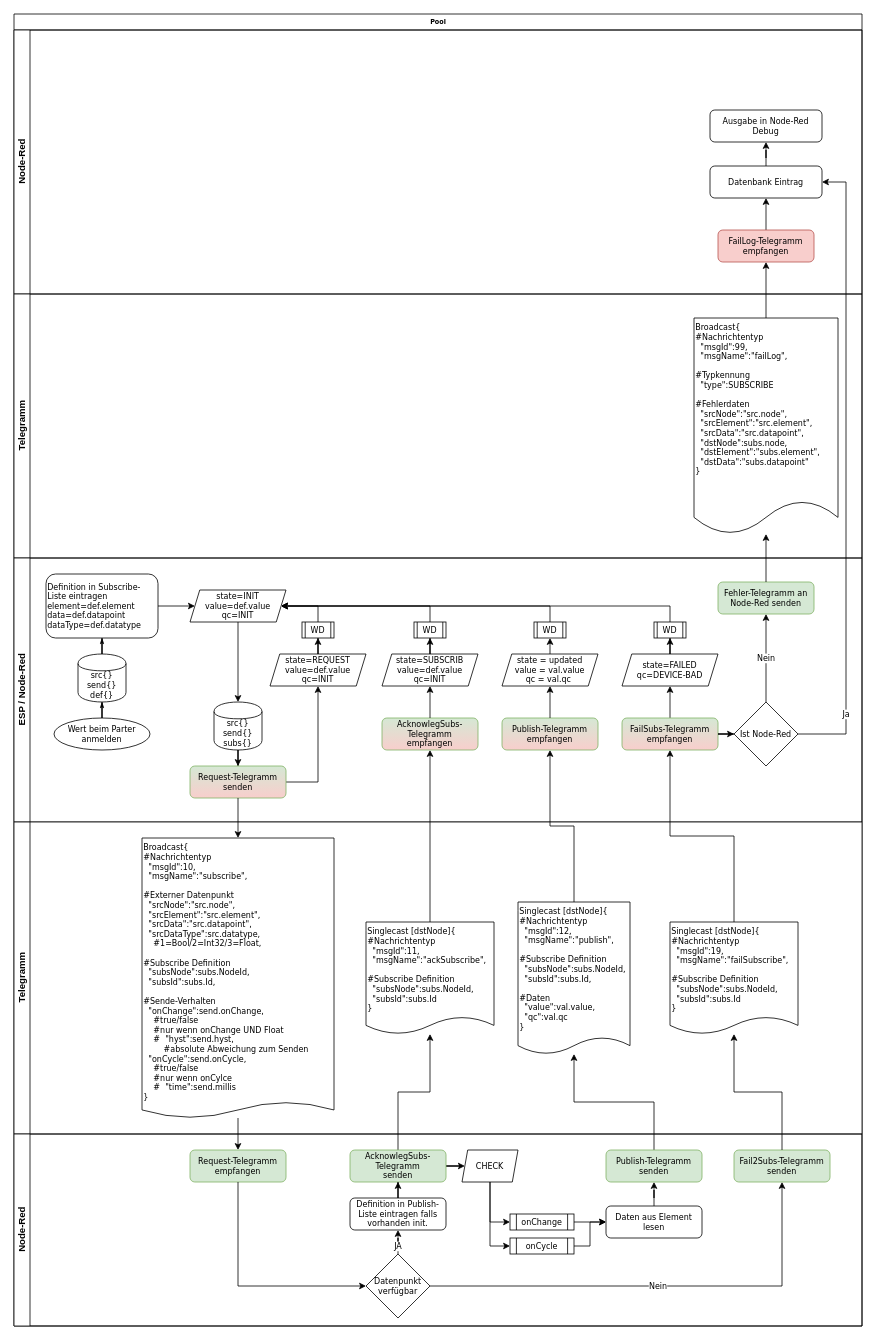
This is page "Subscribe [1x]" (1 of 8) of Dokumente/IOT-Telegramme.drawio from IchOK/JCA_IOT, a draw.io file, before an edit. Source tidied: cells renumbered, new cells numbered last; positions are measured from the earlier drawing's top-left corner, leaving out a move shared by most shapes. Both pictures are drawn from the tidied source at 80%, with x=0, y=0 at pixel (14, 14).
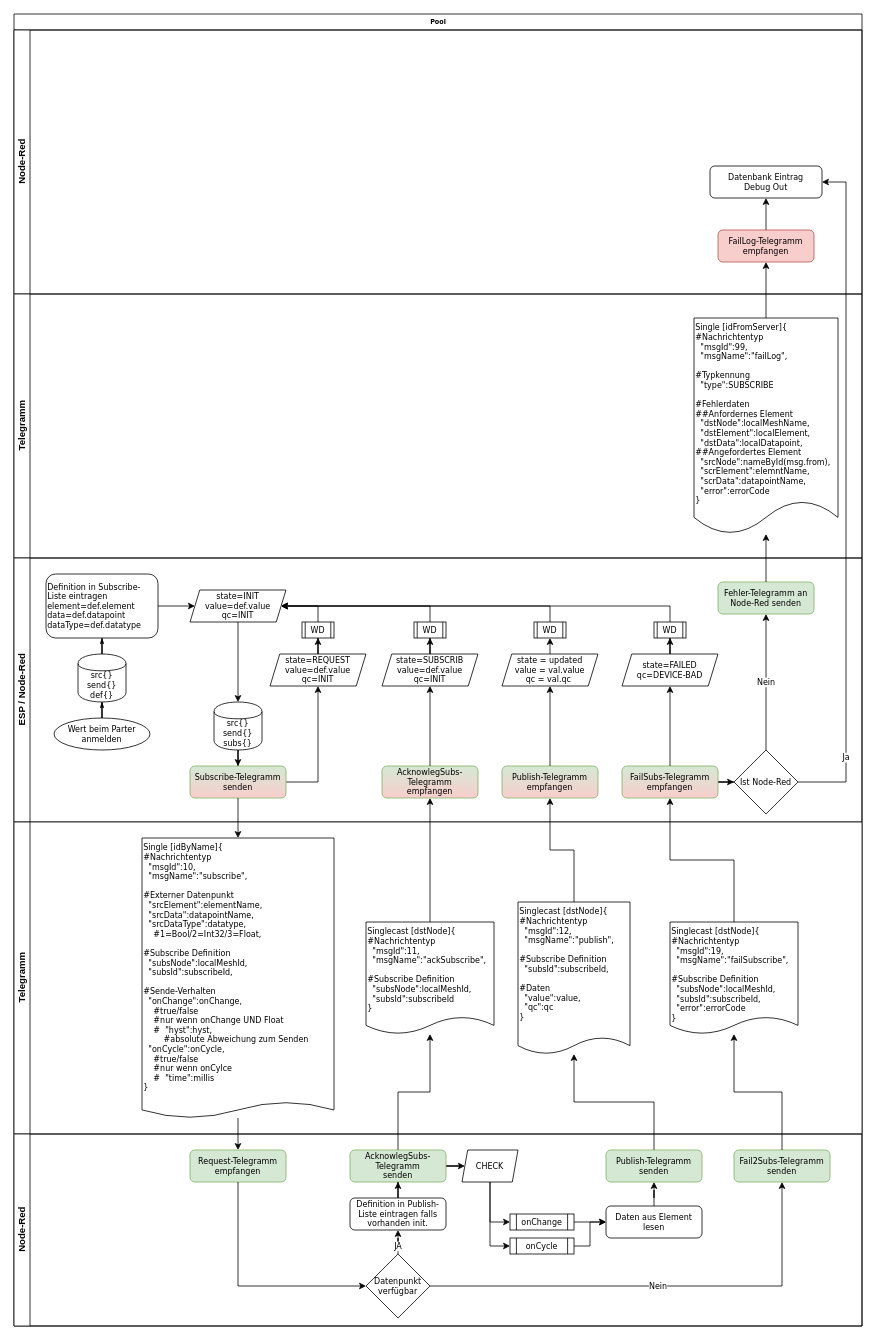
After the change.

The change refers to these unchanged cells:
```xml
<mxCell id="2" value="Pool" style="swimlane;html=1;horizontal=1;startSize=20;rounded=0;shadow=0;labelBackgroundColor=none;strokeWidth=1;fontFamily=Verdana;fontSize=8;align=center;" parent="1" vertex="1">
  <mxGeometry width="1060" height="1640" as="geometry" />
</mxCell>
<mxCell id="3" value="Node-Red" style="swimlane;html=1;startSize=20;horizontal=0;" parent="2" vertex="1">
  <mxGeometry y="20" width="1060" height="330" as="geometry" />
</mxCell>
<mxCell id="9" value="Telegramm" style="swimlane;html=1;startSize=20;horizontal=0;" parent="2" vertex="1">
  <mxGeometry y="350" width="1060" height="330" as="geometry" />
</mxCell>
<mxCell id="11" value="ESP / Node-Red" style="swimlane;html=1;startSize=20;horizontal=0;" parent="2" vertex="1">
  <mxGeometry y="680" width="1060" height="330" as="geometry" />
</mxCell>
<mxCell id="50" value="Telegramm" style="swimlane;html=1;startSize=20;horizontal=0;swimlaneFillColor=#ffffff;" parent="2" vertex="1">
  <mxGeometry y="1010" width="1060" height="390" as="geometry" />
</mxCell>
```

The edit, as a diff of the source:
```diff
@@
-    <mxCell id="5" value="Ausgabe in Node-Red Debug" style="rounded=1;whiteSpace=wrap;html=1;shadow=0;fontFamily=Verdana;fontSize=10;align=center;strokeWidth=1;" parent="3" vertex="1">
-      <mxGeometry x="870" y="100" width="140" height="40" as="geometry" />
-    </mxCell>
-    <mxCell id="6" style="edgeStyle=orthogonalEdgeStyle;rounded=0;jettySize=auto;html=1;" parent="3" edge="1" source="7" target="5">
-      <mxGeometry relative="1" as="geometry" />
-    </mxCell>
-    <mxCell id="7" value="Datenbank Eintrag" style="rounded=1;whiteSpace=wrap;html=1;shadow=0;fontFamily=Verdana;fontSize=10;align=center;strokeWidth=1;" parent="3" vertex="1">
+    <mxCell id="7" value="Datenbank Eintrag&lt;br&gt;Debug Out" style="rounded=1;whiteSpace=wrap;html=1;shadow=0;fontFamily=Verdana;fontSize=10;align=center;strokeWidth=1;" parent="3" vertex="1">
       <mxGeometry x="870" y="170" width="140" height="40" as="geometry" />
     </mxCell>
@@
-    <mxCell id="10" value="&lt;span&gt;Broadcast{&lt;br&gt;&lt;/span&gt;#Nachrichtentyp&lt;br&gt;&lt;span&gt;&amp;nbsp; &quot;msgId&quot;:99,&lt;br&gt;&lt;/span&gt;&amp;nbsp; &quot;msgName&quot;:&quot;failLog&quot;,&lt;br&gt;&lt;br&gt;#Typkennung&lt;br&gt;&amp;nbsp; &quot;type&quot;:SUBSCRIBE&lt;br&gt;&lt;br&gt;#Fehlerdaten&lt;br&gt;&amp;nbsp; &quot;srcNode&quot;:&quot;src.node&quot;,&lt;br&gt;&amp;nbsp; &quot;srcElement&quot;:&quot;src.element&quot;,&lt;br&gt;&amp;nbsp; &quot;srcData&quot;:&quot;src.datapoint&quot;,&lt;br&gt;&amp;nbsp; &quot;dstNode&quot;:subs.node,&lt;br&gt;&amp;nbsp; &quot;dstElement&quot;:&quot;subs.element&quot;,&lt;br&gt;&amp;nbsp; &quot;dstData&quot;:&quot;subs.datapoint&quot;&lt;br&gt;}" style="shape=document;whiteSpace=wrap;html=1;boundedLbl=1;fontFamily=Verdana;fontSize=10;align=left;verticalAlign=top;size=0.15374128899606734;" parent="9" vertex="1">
+    <mxCell id="10" value="Single [idFromServer]{&lt;br&gt;#Nachrichtentyp&lt;br&gt;&amp;nbsp; &quot;msgId&quot;:99,&lt;br&gt;&amp;nbsp; &quot;msgName&quot;:&quot;failLog&quot;,&lt;br&gt;&lt;br&gt;#Typkennung&lt;br&gt;&amp;nbsp; &quot;type&quot;:SUBSCRIBE&lt;br&gt;&lt;br&gt;#Fehlerdaten&lt;br&gt;##Anfordernes Element&lt;br&gt;&amp;nbsp; &quot;dstNode&quot;:localMeshName,&lt;br&gt;&amp;nbsp; &quot;dstElement&quot;:localElement,&lt;br&gt;&amp;nbsp; &quot;dstData&quot;:localDatapoint,&lt;br&gt;##Angefordertes Element&lt;br&gt;&amp;nbsp; &quot;srcNode&quot;:nameById(msg.from),&lt;br&gt;&amp;nbsp; &quot;scrElement&quot;:elemntName,&lt;br&gt;&amp;nbsp; &quot;scrData&quot;:datapointName,&lt;br&gt;&amp;nbsp; &quot;error&quot;:errorCode&lt;br&gt;}&lt;span&gt;&lt;br&gt;&lt;/span&gt;" style="shape=document;whiteSpace=wrap;html=1;boundedLbl=1;fontFamily=Verdana;fontSize=10;align=left;verticalAlign=top;size=0.15374128899606734;" parent="9" vertex="1">
       <mxGeometry x="850" y="30" width="180" height="270" as="geometry" />
     </mxCell>
@@
-    <mxCell id="25" value="Publish-Telegramm&lt;br style=&quot;font-size: 10px&quot;&gt;empfangen" style="rounded=1;whiteSpace=wrap;html=1;shadow=0;fontFamily=Verdana;fontSize=10;align=center;strokeColor=#82b366;strokeWidth=1;fillColor=#d5e8d4;gradientColor=#F8CECC;" parent="11" vertex="1">
-      <mxGeometry x="610" y="200" width="120" height="40" as="geometry" />
-    </mxCell>
@@
+    <mxCell id="48" style="edgeStyle=orthogonalEdgeStyle;rounded=0;jumpStyle=gap;jettySize=auto;html=1;fontFamily=Verdana;fontSize=10;exitX=1;exitY=0.5;exitDx=0;exitDy=0;" parent="11" edge="1" source="45" target="46">
+      <mxGeometry relative="1" as="geometry" />
+    </mxCell>
+    <mxCell id="46" value="Ist Node-Red" style="rhombus;whiteSpace=wrap;html=1;fillColor=none;gradientColor=#F8CECC;fontFamily=Verdana;fontSize=10;align=center;" parent="11" vertex="1">
+      <mxGeometry x="900" y="240" width="80" height="80" as="geometry" />
+    </mxCell>
+    <mxCell id="45" value="FailSubs-Telegramm&lt;br style=&quot;font-size: 10px&quot;&gt;empfangen" style="rounded=1;whiteSpace=wrap;html=1;shadow=0;fontFamily=Verdana;fontSize=10;align=center;strokeColor=#82b366;strokeWidth=1;fillColor=#d5e8d4;gradientColor=#F8CECC;" parent="11" vertex="1">
+      <mxGeometry x="760" y="260" width="120" height="40" as="geometry" />
+    </mxCell>
     <mxCell id="32" value="AcknowlegSubs-Telegramm&lt;br style=&quot;font-size: 10px&quot;&gt;empfangen" style="rounded=1;whiteSpace=wrap;html=1;shadow=0;fontFamily=Verdana;fontSize=10;align=center;strokeColor=#82b366;strokeWidth=1;fillColor=#d5e8d4;gradientColor=#F8CECC;" parent="11" vertex="1">
-      <mxGeometry x="460" y="200" width="120" height="40" as="geometry" />
+      <mxGeometry x="460" y="260" width="120" height="40" as="geometry" />
     </mxCell>
+    <mxCell id="25" value="Publish-Telegramm&lt;br style=&quot;font-size: 10px&quot;&gt;empfangen" style="rounded=1;whiteSpace=wrap;html=1;shadow=0;fontFamily=Verdana;fontSize=10;align=center;strokeColor=#82b366;strokeWidth=1;fillColor=#d5e8d4;gradientColor=#F8CECC;" parent="11" vertex="1">
+      <mxGeometry x="610" y="260" width="120" height="40" as="geometry" />
+    </mxCell>
@@
-    <mxCell id="45" value="FailSubs-Telegramm&lt;br style=&quot;font-size: 10px&quot;&gt;empfangen" style="rounded=1;whiteSpace=wrap;html=1;shadow=0;fontFamily=Verdana;fontSize=10;align=center;strokeColor=#82b366;strokeWidth=1;fillColor=#d5e8d4;gradientColor=#F8CECC;" parent="11" vertex="1">
-      <mxGeometry x="760" y="200" width="120" height="40" as="geometry" />
-    </mxCell>
-    <mxCell id="46" value="Ist Node-Red" style="rhombus;whiteSpace=wrap;html=1;fillColor=none;gradientColor=#F8CECC;fontFamily=Verdana;fontSize=10;align=center;" parent="11" vertex="1">
-      <mxGeometry x="900" y="180" width="80" height="80" as="geometry" />
-    </mxCell>
-    <mxCell id="47" value="Request-Telegramm&lt;br style=&quot;font-size: 10px;&quot;&gt;senden" style="rounded=1;whiteSpace=wrap;html=1;shadow=0;fontFamily=Verdana;fontSize=10;align=center;strokeColor=#82b366;strokeWidth=1;fillColor=#d5e8d4;gradientColor=#F8CECC;" parent="11" vertex="1">
+    <mxCell id="47" value="Subscribe-Telegramm&lt;br style=&quot;font-size: 10px&quot;&gt;senden" style="rounded=1;whiteSpace=wrap;html=1;shadow=0;fontFamily=Verdana;fontSize=10;align=center;strokeColor=#82b366;strokeWidth=1;fillColor=#d5e8d4;gradientColor=#F8CECC;" parent="11" vertex="1">
       <mxGeometry x="220" y="260" width="120" height="40" as="geometry" />
     </mxCell>
-    <mxCell id="48" style="edgeStyle=orthogonalEdgeStyle;rounded=0;jumpStyle=gap;jettySize=auto;html=1;fontFamily=Verdana;fontSize=10;exitX=1;exitY=0.5;exitDx=0;exitDy=0;" parent="11" edge="1" source="45" target="46">
-      <mxGeometry relative="1" as="geometry" />
-    </mxCell>
@@
-    <mxCell id="51" value="&lt;span&gt;Singlecast [dstNode]{&lt;br&gt;&lt;/span&gt;#Nachrichtentyp&lt;br&gt;&lt;span&gt;&amp;nbsp; &quot;msgId&quot;:19,&lt;br&gt;&lt;/span&gt;&amp;nbsp; &quot;msgName&quot;:&quot;failSubscribe&quot;,&lt;br&gt;&lt;br&gt;#Subscribe Definition&lt;br&gt;&amp;nbsp; &quot;subsNode&quot;:subs.NodeId,&lt;br&gt;&amp;nbsp; &quot;subsId&quot;:subs.Id&lt;br&gt;}" style="shape=document;whiteSpace=wrap;html=1;boundedLbl=1;fontFamily=Verdana;fontSize=10;align=left;verticalAlign=top;size=0.15374128899606734;" parent="50" vertex="1">
+    <mxCell id="51" value="&lt;span&gt;Singlecast [dstNode]{&lt;br&gt;&lt;/span&gt;#Nachrichtentyp&lt;br&gt;&lt;span&gt;&amp;nbsp; &quot;msgId&quot;:19,&lt;br&gt;&lt;/span&gt;&amp;nbsp; &quot;msgName&quot;:&quot;failSubscribe&quot;,&lt;br&gt;&lt;br&gt;#Subscribe Definition&lt;br&gt;&amp;nbsp; &quot;subsNode&quot;:localMeshId,&lt;br&gt;&amp;nbsp; &quot;subsId&quot;:subscribeId,&lt;br&gt;&amp;nbsp; &quot;error&quot;:errorCode&lt;br&gt;}" style="shape=document;whiteSpace=wrap;html=1;boundedLbl=1;fontFamily=Verdana;fontSize=10;align=left;verticalAlign=top;size=0.15374128899606734;" parent="50" vertex="1">
       <mxGeometry x="820" y="125" width="160" height="140" as="geometry" />
     </mxCell>
-    <mxCell id="52" value="&lt;span&gt;Singlecast [dstNode]{&lt;br&gt;&lt;/span&gt;#Nachrichtentyp&lt;br&gt;&lt;span&gt;&amp;nbsp; &quot;msgId&quot;:12,&lt;br&gt;&lt;/span&gt;&amp;nbsp; &quot;msgName&quot;:&quot;publish&quot;,&lt;br&gt;&lt;br&gt;#Subscribe Definition&lt;br&gt;&amp;nbsp; &quot;subsNode&quot;:subs.NodeId,&lt;br&gt;&amp;nbsp; &quot;subsId&quot;:subs.Id,&lt;br&gt;&lt;br&gt;#Daten&lt;br&gt;&amp;nbsp; &quot;value&quot;:val.value,&lt;br&gt;&amp;nbsp; &quot;qc&quot;:val.qc&lt;br&gt;}" style="shape=document;whiteSpace=wrap;html=1;boundedLbl=1;fontFamily=Verdana;fontSize=10;align=left;verticalAlign=top;size=0.10977422193178295;" parent="50" vertex="1">
+    <mxCell id="52" value="&lt;span&gt;Singlecast [dstNode]{&lt;br&gt;&lt;/span&gt;#Nachrichtentyp&lt;br&gt;&lt;span&gt;&amp;nbsp; &quot;msgId&quot;:12,&lt;br&gt;&lt;/span&gt;&amp;nbsp; &quot;msgName&quot;:&quot;publish&quot;,&lt;br&gt;&lt;br&gt;#Subscribe Definition&lt;br&gt;&amp;nbsp; &quot;subsId&quot;:subscribeId,&lt;br&gt;&lt;br&gt;#Daten&lt;br&gt;&amp;nbsp; &quot;value&quot;:value,&lt;br&gt;&amp;nbsp; &quot;qc&quot;:qc&lt;br&gt;}" style="shape=document;whiteSpace=wrap;html=1;boundedLbl=1;fontFamily=Verdana;fontSize=10;align=left;verticalAlign=top;size=0.10977422193178295;" parent="50" vertex="1">
       <mxGeometry x="630" y="100" width="140" height="190" as="geometry" />
     </mxCell>
-    <mxCell id="53" value="&lt;span&gt;Broadcast{&lt;br&gt;&lt;/span&gt;#Nachrichtentyp&lt;br&gt;&lt;span&gt;&amp;nbsp; &quot;msgId&quot;:10,&lt;br&gt;&lt;/span&gt;&amp;nbsp; &quot;msgName&quot;:&quot;subscribe&quot;,&lt;br&gt;&lt;br&gt;#Externer Datenpunkt&lt;br&gt;&lt;span&gt;&amp;nbsp; &quot;srcNode&quot;:&quot;src.node&quot;,&lt;br&gt;&amp;nbsp; &quot;srcElement&quot;:&quot;src.element&quot;,&lt;br&gt;&amp;nbsp; &quot;srcData&quot;:&quot;src.datapoint&quot;,&lt;br&gt;&lt;/span&gt;&amp;nbsp; &quot;srcDataType&quot;:src.datatype,&lt;br&gt;&amp;nbsp; &amp;nbsp; #1=Bool/2=Int32/3=Float,&lt;br&gt;&lt;span&gt;&lt;br&gt;#Subscribe Definition&lt;br&gt;&amp;nbsp; &quot;subsNode&quot;:subs.NodeId,&lt;br&gt;&amp;nbsp; &quot;subsId&quot;:subs.Id,&lt;br&gt;&lt;/span&gt;&lt;span&gt;&lt;br&gt;#Sende-Verhalten&lt;br&gt;&amp;nbsp; &quot;onChange&quot;:send.onChange,&lt;br&gt;&amp;nbsp; &amp;nbsp; #true/false&lt;br&gt;&amp;nbsp; &amp;nbsp; #nur wenn onChange UND Float&lt;br&gt;&amp;nbsp; &amp;nbsp; #&amp;nbsp; &quot;hyst&quot;:send.hyst,&lt;br&gt;&amp;nbsp; &amp;nbsp; &amp;nbsp; &amp;nbsp; #absolute Abweichung zum Senden&lt;br&gt;&amp;nbsp; &quot;onCycle&quot;:send.onCycle,&lt;br&gt;&amp;nbsp; &amp;nbsp; #true/false&lt;br&gt;&amp;nbsp; &amp;nbsp; #nur wenn onCylce&lt;br&gt;&amp;nbsp; &amp;nbsp; #&amp;nbsp; &quot;time&quot;:send.millis&lt;br&gt;}&lt;br&gt;&lt;/span&gt;" style="shape=document;whiteSpace=wrap;html=1;boundedLbl=1;fontFamily=Verdana;fontSize=10;align=left;verticalAlign=top;size=0.05741488294536599;" parent="50" vertex="1">
+    <mxCell id="53" value="&lt;span&gt;Single [idByName]{&lt;br&gt;&lt;/span&gt;#Nachrichtentyp&lt;br&gt;&lt;span&gt;&amp;nbsp; &quot;msgId&quot;:10,&lt;br&gt;&lt;/span&gt;&amp;nbsp; &quot;msgName&quot;:&quot;subscribe&quot;,&lt;br&gt;&lt;br&gt;#Externer Datenpunkt&lt;br&gt;&lt;span&gt;&amp;nbsp; &quot;srcElement&quot;:elementName,&lt;br&gt;&amp;nbsp; &quot;srcData&quot;:datapointName,&lt;br&gt;&lt;/span&gt;&amp;nbsp; &quot;srcDataType&quot;:datatype,&lt;br&gt;&amp;nbsp; &amp;nbsp; #1=Bool/2=Int32/3=Float,&lt;br&gt;&lt;span&gt;&lt;br&gt;#Subscribe Definition&lt;br&gt;&amp;nbsp; &quot;subsNode&quot;:localMeshId,&lt;br&gt;&amp;nbsp; &quot;subsId&quot;:subscribeId,&lt;br&gt;&lt;/span&gt;&lt;span&gt;&lt;br&gt;#Sende-Verhalten&lt;br&gt;&amp;nbsp; &quot;onChange&quot;:onChange,&lt;br&gt;&amp;nbsp; &amp;nbsp; #true/false&lt;br&gt;&amp;nbsp; &amp;nbsp; #nur wenn onChange UND Float&lt;br&gt;&amp;nbsp; &amp;nbsp; #&amp;nbsp; &quot;hyst&quot;:hyst,&lt;br&gt;&amp;nbsp; &amp;nbsp; &amp;nbsp; &amp;nbsp; #absolute Abweichung zum Senden&lt;br&gt;&amp;nbsp; &quot;onCycle&quot;:onCycle,&lt;br&gt;&amp;nbsp; &amp;nbsp; #true/false&lt;br&gt;&amp;nbsp; &amp;nbsp; #nur wenn onCylce&lt;br&gt;&amp;nbsp; &amp;nbsp; #&amp;nbsp; &quot;time&quot;:millis&lt;br&gt;}&lt;br&gt;&lt;/span&gt;" style="shape=document;whiteSpace=wrap;html=1;boundedLbl=1;fontFamily=Verdana;fontSize=10;align=left;verticalAlign=top;size=0.05741488294536599;" parent="50" vertex="1">
       <mxGeometry x="160" y="20" width="240" height="350" as="geometry" />
     </mxCell>
-    <mxCell id="54" value="&lt;span&gt;Singlecast [dstNode]{&lt;br&gt;&lt;/span&gt;#Nachrichtentyp&lt;br&gt;&lt;span&gt;&amp;nbsp; &quot;msgId&quot;:11,&lt;br&gt;&lt;/span&gt;&amp;nbsp; &quot;msgName&quot;:&quot;ackSubscribe&quot;,&lt;br&gt;&lt;br&gt;#Subscribe Definition&lt;br&gt;&amp;nbsp; &quot;subsNode&quot;:subs.NodeId,&lt;br&gt;&amp;nbsp; &quot;subsId&quot;:subs.Id&lt;br&gt;}" style="shape=document;whiteSpace=wrap;html=1;boundedLbl=1;fontFamily=Verdana;fontSize=10;align=left;verticalAlign=top;size=0.15374128899606734;" parent="50" vertex="1">
+    <mxCell id="54" value="&lt;span&gt;Singlecast [dstNode]{&lt;br&gt;&lt;/span&gt;#Nachrichtentyp&lt;br&gt;&lt;span&gt;&amp;nbsp; &quot;msgId&quot;:11,&lt;br&gt;&lt;/span&gt;&amp;nbsp; &quot;msgName&quot;:&quot;ackSubscribe&quot;,&lt;br&gt;&lt;br&gt;#Subscribe Definition&lt;br&gt;&amp;nbsp; &quot;subsNode&quot;:localMeshId,&lt;br&gt;&amp;nbsp; &quot;subsId&quot;:subscribeId&lt;br&gt;}" style="shape=document;whiteSpace=wrap;html=1;boundedLbl=1;fontFamily=Verdana;fontSize=10;align=left;verticalAlign=top;size=0.15374128899606734;" parent="50" vertex="1">
       <mxGeometry x="440" y="125" width="160" height="140" as="geometry" />
     </mxCell>
@@
     <mxCell id="86" style="edgeStyle=orthogonalEdgeStyle;rounded=0;jumpStyle=gap;jettySize=auto;html=1;fontFamily=Verdana;fontSize=10;exitX=1;exitY=0.5;exitDx=0;exitDy=0;" parent="2" edge="1" source="46">
       <mxGeometry relative="1" as="geometry">
         <mxPoint x="1010" y="210" as="targetPoint" />
         <Array as="points">
-          <mxPoint x="1040" y="900" />
+          <mxPoint x="1040" y="960" />
           <mxPoint x="1040" y="210" />
         </Array>
       </mxGeometry>
     </mxCell>
```
